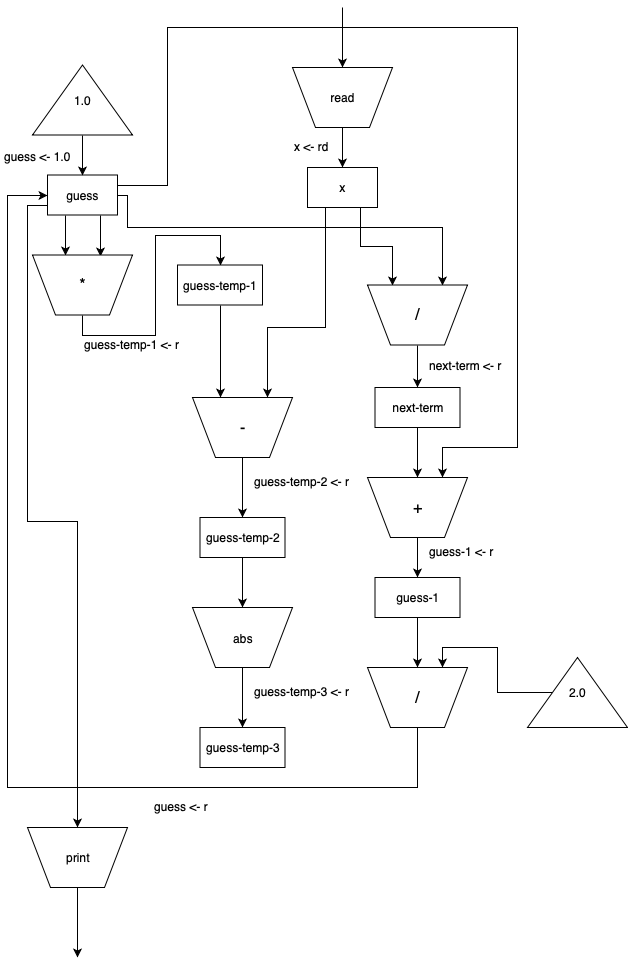
Above: docs/newton-method-2.png in zthomae/sicp (draw.io), before the change. Source tidied: cells renumbered, new cells last; positions are measured from the earlier drawing's top-left corner, leaving out a move shared by most shapes. Source of this version:
```xml
<mxGraphModel>
  <root>
    <mxCell id="0" />
    <mxCell id="1" parent="0" />
    <mxCell id="2" style="edgeStyle=orthogonalEdgeStyle;rounded=0;jettySize=auto;html=1;exitX=0.25;exitY=1;exitDx=0;exitDy=0;entryX=0.33;entryY=1;entryDx=0;entryDy=0;entryPerimeter=0;" parent="1" edge="1" source="7" target="19">
      <mxGeometry relative="1" as="geometry" />
    </mxCell>
    <mxCell id="3" style="edgeStyle=orthogonalEdgeStyle;rounded=0;jettySize=auto;html=1;exitX=0.75;exitY=1;exitDx=0;exitDy=0;entryX=0.68;entryY=0.967;entryDx=0;entryDy=0;entryPerimeter=0;" parent="1" edge="1" source="7" target="19">
      <mxGeometry relative="1" as="geometry" />
    </mxCell>
    <mxCell id="4" style="edgeStyle=orthogonalEdgeStyle;rounded=0;jettySize=auto;html=1;exitX=1;exitY=0.5;exitDx=0;exitDy=0;entryX=0.75;entryY=0;entryDx=0;entryDy=0;fontSize=16;" parent="1" edge="1" source="7" target="33">
      <mxGeometry relative="1" as="geometry">
        <Array as="points">
          <mxPoint x="125" y="188" />
          <mxPoint x="125" y="220" />
          <mxPoint x="440" y="220" />
        </Array>
      </mxGeometry>
    </mxCell>
    <mxCell id="5" style="edgeStyle=orthogonalEdgeStyle;rounded=0;jettySize=auto;html=1;exitX=1;exitY=0.25;exitDx=0;exitDy=0;entryX=0.75;entryY=0;entryDx=0;entryDy=0;fontSize=16;" parent="1" edge="1" source="7" target="38">
      <mxGeometry relative="1" as="geometry">
        <Array as="points">
          <mxPoint x="165" y="178" />
          <mxPoint x="165" y="20" />
          <mxPoint x="515" y="20" />
          <mxPoint x="515" y="440" />
          <mxPoint x="440" y="440" />
        </Array>
      </mxGeometry>
    </mxCell>
    <mxCell id="6" style="edgeStyle=orthogonalEdgeStyle;rounded=0;jettySize=auto;html=1;exitX=0;exitY=0.75;exitDx=0;exitDy=0;entryX=0.5;entryY=0;entryDx=0;entryDy=0;fontSize=16;" parent="1" edge="1" source="7" target="48">
      <mxGeometry relative="1" as="geometry" />
    </mxCell>
    <mxCell id="7" value="guess" style="rounded=0;whiteSpace=wrap;html=1;strokeWidth=1;" parent="1" vertex="1">
      <mxGeometry x="45" y="167.5" width="70" height="40" as="geometry" />
    </mxCell>
    <mxCell id="8" style="edgeStyle=orthogonalEdgeStyle;rounded=0;jettySize=auto;html=1;exitX=0.5;exitY=1;exitDx=0;exitDy=0;entryX=0.5;entryY=0;entryDx=0;entryDy=0;" parent="1" edge="1" source="9" target="15">
      <mxGeometry relative="1" as="geometry" />
    </mxCell>
    <mxCell id="9" value="read" style="verticalLabelPosition=middle;verticalAlign=middle;html=1;strokeWidth=1;shape=trapezoid;perimeter=trapezoidPerimeter;whiteSpace=wrap;size=0.23;arcSize=10;flipV=1;labelPosition=center;align=center;" parent="1" vertex="1">
      <mxGeometry x="290" y="60" width="100" height="60" as="geometry" />
    </mxCell>
    <mxCell id="10" style="endArrow=classic;html=1;entryX=0.5;entryY=0;entryDx=0;entryDy=0;" parent="1" edge="1" target="9">
      <mxGeometry relative="1" as="geometry">
        <mxPoint x="340" as="sourcePoint" />
      </mxGeometry>
    </mxCell>
    <mxCell id="11" style="edgeStyle=orthogonalEdgeStyle;rounded=0;jettySize=auto;html=1;exitX=0.5;exitY=1;exitDx=0;exitDy=0;exitPerimeter=0;entryX=0.5;entryY=0;entryDx=0;entryDy=0;" parent="1" edge="1" source="12" target="7">
      <mxGeometry relative="1" as="geometry" />
    </mxCell>
    <mxCell id="12" value="1.0" style="verticalLabelPosition=middle;verticalAlign=middle;html=1;shape=mxgraph.basic.acute_triangle;dx=0.5;strokeWidth=1;labelPosition=center;align=center;" parent="1" vertex="1">
      <mxGeometry x="30" y="57.5" width="100" height="70" as="geometry" />
    </mxCell>
    <mxCell id="13" style="edgeStyle=orthogonalEdgeStyle;rounded=0;jettySize=auto;html=1;exitX=0.25;exitY=1;exitDx=0;exitDy=0;entryX=0.75;entryY=0;entryDx=0;entryDy=0;fontSize=16;" parent="1" edge="1" source="15" target="24">
      <mxGeometry relative="1" as="geometry">
        <Array as="points">
          <mxPoint x="323" y="320" />
          <mxPoint x="265" y="320" />
        </Array>
      </mxGeometry>
    </mxCell>
    <mxCell id="14" style="edgeStyle=orthogonalEdgeStyle;rounded=0;jettySize=auto;html=1;exitX=0.75;exitY=1;exitDx=0;exitDy=0;entryX=0.25;entryY=0;entryDx=0;entryDy=0;fontSize=16;" parent="1" edge="1" source="15" target="33">
      <mxGeometry relative="1" as="geometry" />
    </mxCell>
    <mxCell id="15" value="x" style="rounded=0;whiteSpace=wrap;html=1;strokeWidth=1;" parent="1" vertex="1">
      <mxGeometry x="305" y="160" width="70" height="40" as="geometry" />
    </mxCell>
    <mxCell id="16" value="x &amp;lt;- rd" style="text;html=1;align=left;verticalAlign=top;spacingTop=-4;" parent="1" vertex="1">
      <mxGeometry x="290" y="130" width="50" height="20" as="geometry" />
    </mxCell>
    <mxCell id="17" value="guess &amp;lt;- 1.0" style="text;html=1;align=left;verticalAlign=top;spacingTop=-4;" parent="1" vertex="1">
      <mxGeometry y="140" width="80" height="20" as="geometry" />
    </mxCell>
    <mxCell id="18" style="edgeStyle=orthogonalEdgeStyle;rounded=0;jettySize=auto;html=1;exitX=0.5;exitY=1;exitDx=0;exitDy=0;entryX=0.5;entryY=0;entryDx=0;entryDy=0;fontSize=16;" parent="1" edge="1" source="19" target="21">
      <mxGeometry relative="1" as="geometry" />
    </mxCell>
    <mxCell id="19" value="*" style="verticalLabelPosition=middle;verticalAlign=middle;html=1;strokeWidth=1;shape=trapezoid;perimeter=trapezoidPerimeter;whiteSpace=wrap;size=0.23;arcSize=10;flipV=1;labelPosition=center;align=center;fontSize=16;" parent="1" vertex="1">
      <mxGeometry x="30" y="247.5" width="100" height="60" as="geometry" />
    </mxCell>
    <mxCell id="20" style="edgeStyle=orthogonalEdgeStyle;rounded=0;jettySize=auto;html=1;exitX=0.5;exitY=1;exitDx=0;exitDy=0;fontSize=16;" parent="1" edge="1" source="21">
      <mxGeometry relative="1" as="geometry">
        <mxPoint x="218" y="390" as="targetPoint" />
      </mxGeometry>
    </mxCell>
    <mxCell id="21" value="guess-temp-1" style="rounded=0;whiteSpace=wrap;html=1;strokeWidth=1;" parent="1" vertex="1">
      <mxGeometry x="175" y="257.5" width="85" height="40" as="geometry" />
    </mxCell>
    <mxCell id="22" value="guess-temp-1 &amp;lt;- r&lt;br&gt;&lt;br&gt;" style="text;html=1;align=left;verticalAlign=top;spacingTop=-4;" parent="1" vertex="1">
      <mxGeometry x="80" y="327.5" width="110" height="30" as="geometry" />
    </mxCell>
    <mxCell id="23" style="edgeStyle=orthogonalEdgeStyle;rounded=0;jettySize=auto;html=1;exitX=0.5;exitY=1;exitDx=0;exitDy=0;entryX=0.5;entryY=0;entryDx=0;entryDy=0;fontSize=16;" parent="1" edge="1" source="24" target="26">
      <mxGeometry relative="1" as="geometry" />
    </mxCell>
    <mxCell id="24" value="-" style="verticalLabelPosition=middle;verticalAlign=middle;html=1;strokeWidth=1;shape=trapezoid;perimeter=trapezoidPerimeter;whiteSpace=wrap;size=0.23;arcSize=10;flipV=1;labelPosition=center;align=center;fontSize=16;" parent="1" vertex="1">
      <mxGeometry x="190" y="390" width="100" height="60" as="geometry" />
    </mxCell>
    <mxCell id="25" style="edgeStyle=orthogonalEdgeStyle;rounded=0;jettySize=auto;html=1;exitX=0.5;exitY=1;exitDx=0;exitDy=0;entryX=0.5;entryY=0;entryDx=0;entryDy=0;fontSize=16;" parent="1" edge="1" source="26" target="29">
      <mxGeometry relative="1" as="geometry" />
    </mxCell>
    <mxCell id="26" value="guess-temp-2" style="rounded=0;whiteSpace=wrap;html=1;strokeWidth=1;" parent="1" vertex="1">
      <mxGeometry x="197.5" y="510" width="85" height="40" as="geometry" />
    </mxCell>
    <mxCell id="27" value="guess-temp-2 &amp;lt;- r&lt;br&gt;&lt;br&gt;" style="text;html=1;align=left;verticalAlign=top;spacingTop=-4;" parent="1" vertex="1">
      <mxGeometry x="250" y="465" width="110" height="30" as="geometry" />
    </mxCell>
    <mxCell id="28" style="edgeStyle=orthogonalEdgeStyle;rounded=0;jettySize=auto;html=1;exitX=0.5;exitY=1;exitDx=0;exitDy=0;entryX=0.5;entryY=0;entryDx=0;entryDy=0;fontSize=16;" parent="1" edge="1" source="29" target="30">
      <mxGeometry relative="1" as="geometry" />
    </mxCell>
    <mxCell id="29" value="&lt;font style=&quot;font-size: 12px&quot;&gt;abs&lt;/font&gt;" style="verticalLabelPosition=middle;verticalAlign=middle;html=1;strokeWidth=1;shape=trapezoid;perimeter=trapezoidPerimeter;whiteSpace=wrap;size=0.23;arcSize=10;flipV=1;labelPosition=center;align=center;fontSize=16;" parent="1" vertex="1">
      <mxGeometry x="190" y="600" width="100" height="60" as="geometry" />
    </mxCell>
    <mxCell id="30" value="guess-temp-3" style="rounded=0;whiteSpace=wrap;html=1;strokeWidth=1;" parent="1" vertex="1">
      <mxGeometry x="197.5" y="720" width="85" height="40" as="geometry" />
    </mxCell>
    <mxCell id="31" value="guess-temp-3 &amp;lt;- r&lt;br&gt;&lt;br&gt;" style="text;html=1;align=left;verticalAlign=top;spacingTop=-4;" parent="1" vertex="1">
      <mxGeometry x="250" y="675" width="110" height="30" as="geometry" />
    </mxCell>
    <mxCell id="32" style="edgeStyle=orthogonalEdgeStyle;rounded=0;jettySize=auto;html=1;exitX=0.5;exitY=1;exitDx=0;exitDy=0;entryX=0.5;entryY=0;entryDx=0;entryDy=0;fontSize=16;" parent="1" edge="1" source="33" target="35">
      <mxGeometry relative="1" as="geometry" />
    </mxCell>
    <mxCell id="33" value="/" style="verticalLabelPosition=middle;verticalAlign=middle;html=1;strokeWidth=1;shape=trapezoid;perimeter=trapezoidPerimeter;whiteSpace=wrap;size=0.23;arcSize=10;flipV=1;labelPosition=center;align=center;fontSize=16;" parent="1" vertex="1">
      <mxGeometry x="365" y="277.5" width="100" height="60" as="geometry" />
    </mxCell>
    <mxCell id="34" style="edgeStyle=orthogonalEdgeStyle;rounded=0;jettySize=auto;html=1;exitX=0.5;exitY=1;exitDx=0;exitDy=0;entryX=0.5;entryY=0;entryDx=0;entryDy=0;fontSize=16;" parent="1" edge="1" source="35" target="38">
      <mxGeometry relative="1" as="geometry" />
    </mxCell>
    <mxCell id="35" value="next-term" style="rounded=0;whiteSpace=wrap;html=1;strokeWidth=1;" parent="1" vertex="1">
      <mxGeometry x="372.5" y="380" width="85" height="40" as="geometry" />
    </mxCell>
    <mxCell id="36" value="next-term &amp;lt;- r&lt;br&gt;" style="text;html=1;align=left;verticalAlign=top;spacingTop=-4;" parent="1" vertex="1">
      <mxGeometry x="425" y="349" width="90" height="20" as="geometry" />
    </mxCell>
    <mxCell id="37" style="edgeStyle=orthogonalEdgeStyle;rounded=0;jettySize=auto;html=1;exitX=0.5;exitY=1;exitDx=0;exitDy=0;entryX=0.5;entryY=0;entryDx=0;entryDy=0;fontSize=16;" parent="1" edge="1" source="38" target="40">
      <mxGeometry relative="1" as="geometry" />
    </mxCell>
    <mxCell id="38" value="+" style="verticalLabelPosition=middle;verticalAlign=middle;html=1;strokeWidth=1;shape=trapezoid;perimeter=trapezoidPerimeter;whiteSpace=wrap;size=0.23;arcSize=10;flipV=1;labelPosition=center;align=center;fontSize=16;" parent="1" vertex="1">
      <mxGeometry x="365" y="470" width="100" height="60" as="geometry" />
    </mxCell>
    <mxCell id="39" style="edgeStyle=orthogonalEdgeStyle;rounded=0;jettySize=auto;html=1;exitX=0.5;exitY=1;exitDx=0;exitDy=0;entryX=0.5;entryY=0;entryDx=0;entryDy=0;fontSize=16;" parent="1" edge="1" source="40" target="43">
      <mxGeometry relative="1" as="geometry" />
    </mxCell>
    <mxCell id="40" value="guess-1" style="rounded=0;whiteSpace=wrap;html=1;strokeWidth=1;" parent="1" vertex="1">
      <mxGeometry x="372.5" y="570" width="85" height="40" as="geometry" />
    </mxCell>
    <mxCell id="41" value="guess-1 &amp;lt;- r&lt;br&gt;&lt;br&gt;" style="text;html=1;align=left;verticalAlign=top;spacingTop=-4;" parent="1" vertex="1">
      <mxGeometry x="425" y="535" width="80" height="30" as="geometry" />
    </mxCell>
    <mxCell id="42" style="edgeStyle=orthogonalEdgeStyle;rounded=0;jettySize=auto;html=1;exitX=0.5;exitY=1;exitDx=0;exitDy=0;entryX=0;entryY=0.5;entryDx=0;entryDy=0;fontSize=16;" parent="1" edge="1" source="43" target="7">
      <mxGeometry relative="1" as="geometry">
        <Array as="points">
          <mxPoint x="415" y="780" />
          <mxPoint x="5" y="780" />
          <mxPoint x="5" y="188" />
        </Array>
      </mxGeometry>
    </mxCell>
    <mxCell id="43" value="/" style="verticalLabelPosition=middle;verticalAlign=middle;html=1;strokeWidth=1;shape=trapezoid;perimeter=trapezoidPerimeter;whiteSpace=wrap;size=0.23;arcSize=10;flipV=1;labelPosition=center;align=center;fontSize=16;" parent="1" vertex="1">
      <mxGeometry x="365" y="660" width="100" height="60" as="geometry" />
    </mxCell>
    <mxCell id="44" style="edgeStyle=orthogonalEdgeStyle;rounded=0;jettySize=auto;html=1;exitX=0;exitY=0;exitDx=25;exitDy=35;exitPerimeter=0;entryX=0.75;entryY=0;entryDx=0;entryDy=0;fontSize=16;" parent="1" edge="1" source="45" target="43">
      <mxGeometry relative="1" as="geometry" />
    </mxCell>
    <mxCell id="45" value="2.0" style="verticalLabelPosition=middle;verticalAlign=middle;html=1;shape=mxgraph.basic.acute_triangle;dx=0.5;strokeWidth=1;labelPosition=center;align=center;" parent="1" vertex="1">
      <mxGeometry x="525" y="650" width="100" height="70" as="geometry" />
    </mxCell>
    <mxCell id="46" value="guess &amp;lt;- r&lt;br&gt;&lt;br&gt;" style="text;html=1;align=left;verticalAlign=top;spacingTop=-4;" parent="1" vertex="1">
      <mxGeometry x="150" y="790" width="70" height="30" as="geometry" />
    </mxCell>
    <mxCell id="47" style="edgeStyle=orthogonalEdgeStyle;rounded=0;jettySize=auto;html=1;exitX=0.5;exitY=1;exitDx=0;exitDy=0;fontSize=16;" parent="1" edge="1" source="48">
      <mxGeometry relative="1" as="geometry">
        <mxPoint x="75" y="950" as="targetPoint" />
      </mxGeometry>
    </mxCell>
    <mxCell id="48" value="print" style="verticalLabelPosition=middle;verticalAlign=middle;html=1;strokeWidth=1;shape=trapezoid;perimeter=trapezoidPerimeter;whiteSpace=wrap;size=0.23;arcSize=10;flipV=1;labelPosition=center;align=center;" parent="1" vertex="1">
      <mxGeometry x="25" y="820" width="100" height="60" as="geometry" />
    </mxCell>
  </root>
</mxGraphModel>
```
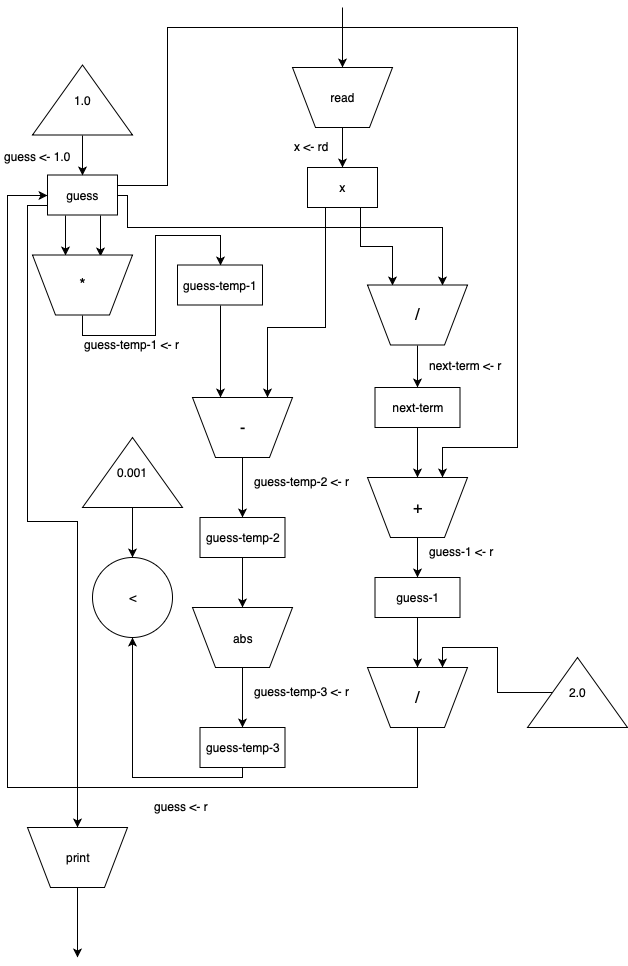
Above is the later version.

Commit message:
Fix data path diagram and start 5.4

Diff of the diagram source:
```diff
@@ -109,6 +109,14 @@
     <mxCell id="29" value="&lt;font style=&quot;font-size: 12px&quot;&gt;abs&lt;/font&gt;" style="verticalLabelPosition=middle;verticalAlign=middle;html=1;strokeWidth=1;shape=trapezoid;perimeter=trapezoidPerimeter;whiteSpace=wrap;size=0.23;arcSize=10;flipV=1;labelPosition=center;align=center;fontSize=16;" parent="1" vertex="1">
       <mxGeometry x="190" y="600" width="100" height="60" as="geometry" />
     </mxCell>
+    <mxCell id="49" style="edgeStyle=orthogonalEdgeStyle;rounded=0;jettySize=auto;html=1;exitX=0.5;exitY=1;exitDx=0;exitDy=0;entryX=0.5;entryY=1;entryDx=0;entryDy=0;" parent="1" edge="1" source="30" target="52">
+      <mxGeometry relative="1" as="geometry">
+        <Array as="points">
+          <mxPoint x="240" y="770" />
+          <mxPoint x="130" y="770" />
+        </Array>
+      </mxGeometry>
+    </mxCell>
     <mxCell id="30" value="guess-temp-3" style="rounded=0;whiteSpace=wrap;html=1;strokeWidth=1;" parent="1" vertex="1">
       <mxGeometry x="197.5" y="720" width="85" height="40" as="geometry" />
     </mxCell>
@@ -174,5 +182,14 @@
     <mxCell id="48" value="print" style="verticalLabelPosition=middle;verticalAlign=middle;html=1;strokeWidth=1;shape=trapezoid;perimeter=trapezoidPerimeter;whiteSpace=wrap;size=0.23;arcSize=10;flipV=1;labelPosition=center;align=center;" parent="1" vertex="1">
       <mxGeometry x="25" y="820" width="100" height="60" as="geometry" />
     </mxCell>
+    <mxCell id="50" style="edgeStyle=orthogonalEdgeStyle;rounded=0;jettySize=auto;html=1;entryX=0.5;entryY=0;entryDx=0;entryDy=0;" parent="1" edge="1" source="51" target="52">
+      <mxGeometry relative="1" as="geometry" />
+    </mxCell>
+    <mxCell id="51" value="0.001" style="verticalLabelPosition=middle;verticalAlign=middle;html=1;shape=mxgraph.basic.acute_triangle;dx=0.5;strokeWidth=1;labelPosition=center;align=center;" parent="1" vertex="1">
+      <mxGeometry x="80" y="430" width="100" height="70" as="geometry" />
+    </mxCell>
+    <mxCell id="52" value="&amp;lt;" style="ellipse;whiteSpace=wrap;html=1;" parent="1" vertex="1">
+      <mxGeometry x="90" y="550" width="80" height="80" as="geometry" />
+    </mxCell>
   </root>
 </mxGraphModel>
```
